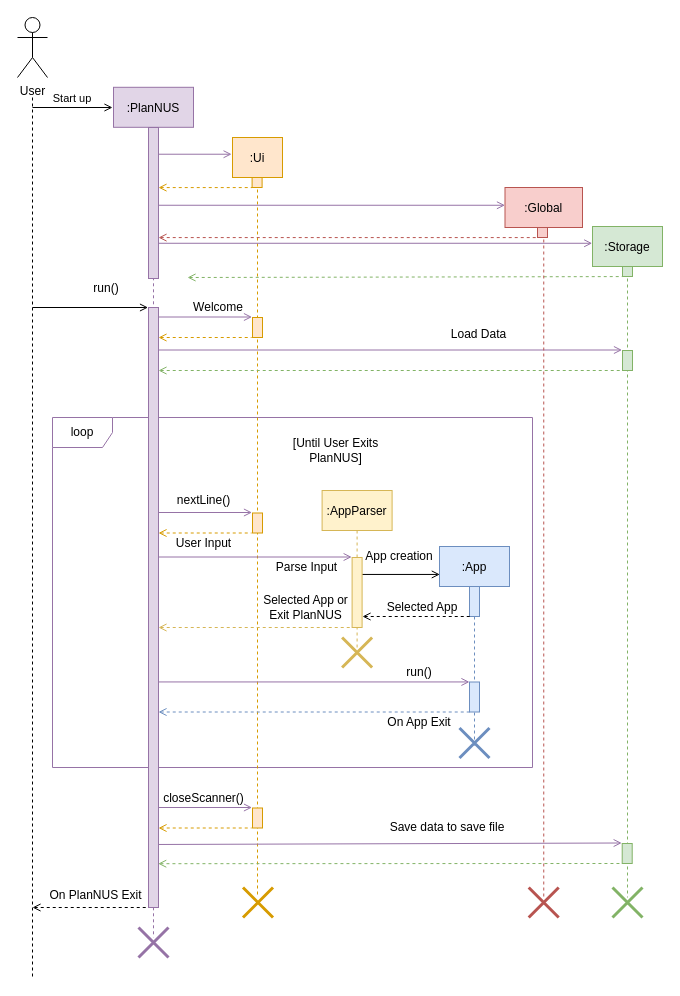
Above: docs/base/Packages Interaction.drawio in vanessa-kang/tp (draw.io), before the change. Source tidied: cells renumbered, new cells numbered last; positions are measured from the earlier drawing's top-left corner, leaving out a move shared by most shapes. Both pictures are drawn from the tidied source at 100%, with x=0, y=0 at pixel (17, 17).
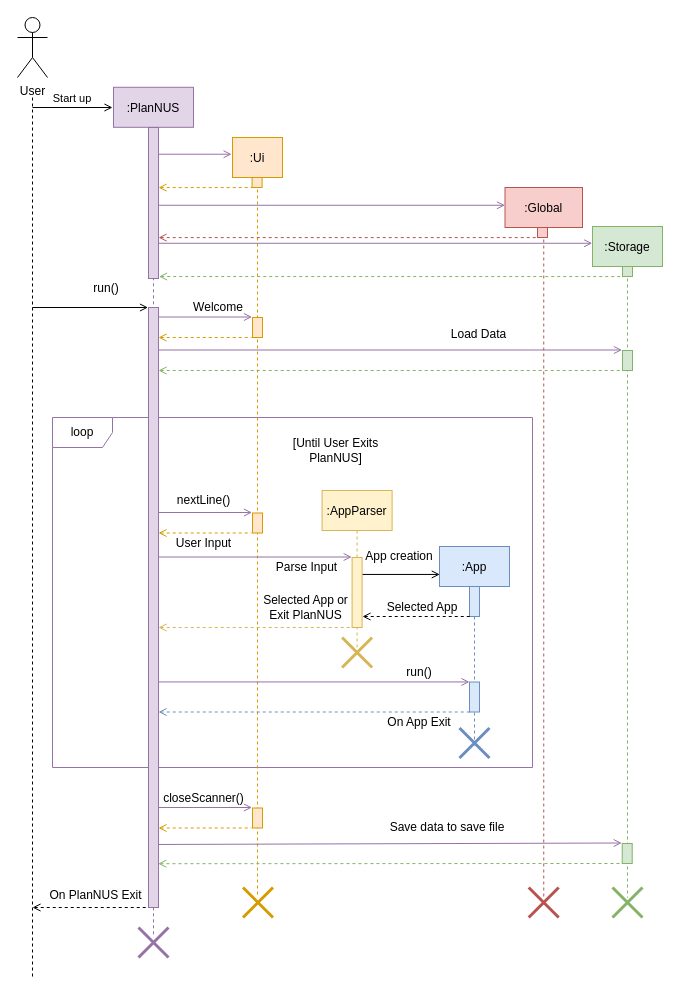
The same diagram, later.

The change refers to these unchanged cells:
```xml
<mxCell id="13" style="points=[];perimeter=orthogonalPerimeter;rounded=0;shadow=0;strokeWidth=1;fillColor=#d5e8d4;strokeColor=#82b366;" parent="12" vertex="1">
  <mxGeometry x="30" y="40" width="10" height="10" as="geometry" />
</mxCell>
<mxCell id="20" style="points=[];perimeter=orthogonalPerimeter;rounded=0;shadow=0;strokeWidth=1;fillColor=#E1D5E7;strokeColor=#9673A6;fontColor=#9673A6;" parent="1" vertex="1">
  <mxGeometry x="131" y="110" width="10" height="151" as="geometry" />
</mxCell>
```

Change to the diagram source:
```diff
@@
-    <mxCell id="19" style="endArrow=none;dashed=1;html=1;strokeWidth=1;entryX=-0.003;entryY=1.008;entryDx=0;entryDy=0;entryPerimeter=0;startArrow=open;startFill=0;anchorPointDirection=0;fillColor=#d5e8d4;strokeColor=#82b366;" parent="1" edge="1" target="13">
-      <mxGeometry relative="1" as="geometry">
-        <mxPoint x="170" y="260" as="sourcePoint" />
-      </mxGeometry>
+    <mxCell id="19" style="endArrow=none;dashed=1;html=1;strokeWidth=1;entryX=-0.003;entryY=1.008;entryDx=0;entryDy=0;entryPerimeter=0;startArrow=open;startFill=0;anchorPointDirection=0;fillColor=#d5e8d4;strokeColor=#82b366;exitX=1.049;exitY=0.987;exitDx=0;exitDy=0;exitPerimeter=0;" parent="1" edge="1" source="20" target="13">
+      <mxGeometry relative="1" as="geometry" />
     </mxCell>
```
